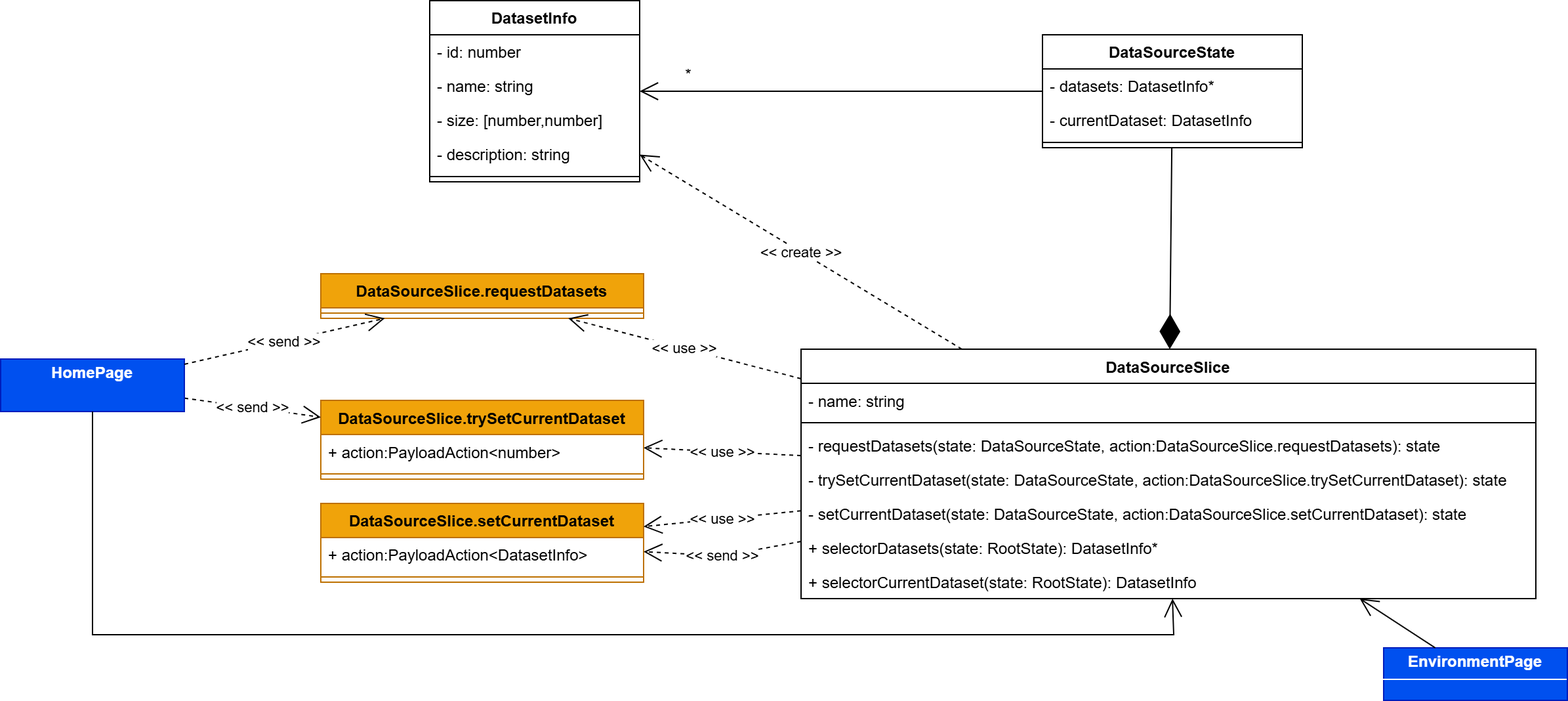
6BitBusters/6BitBusters.github.io keeps this draw.io diagram as Docs/PB/Generali Esterni/specifica_tecnica/template/images/uml_front/logic/datasourceslice.png. Above is the earlier version. Source tidied: cells renumbered, new cells last; positions are measured from the earlier drawing's top-left corner, leaving out a move shared by most shapes.
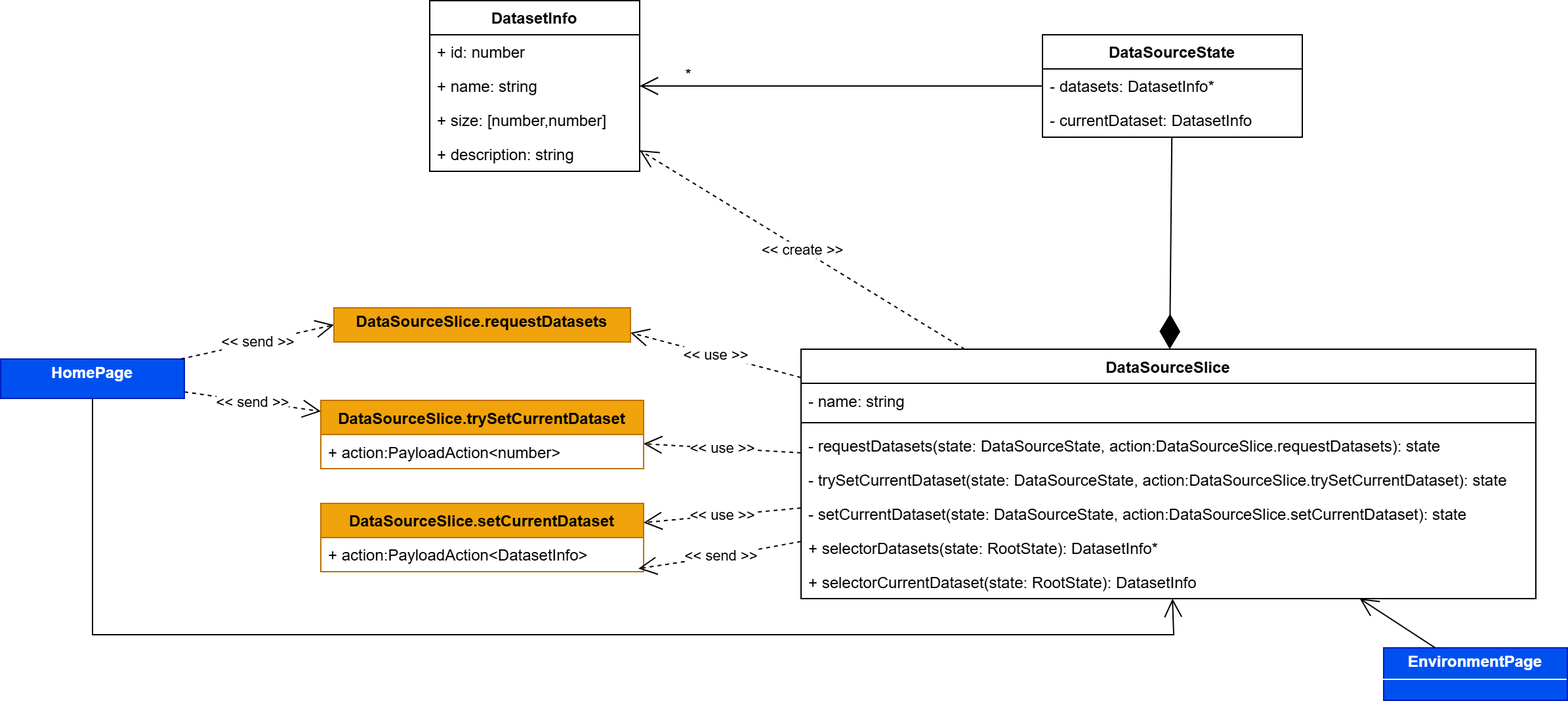
The same diagram one commit later.

Diff of the diagram source:
```diff
@@ -27,28 +27,25 @@
       <mxGeometry y="164" width="560" height="26" as="geometry" />
     </mxCell>
     <mxCell id="10" value="DatasetInfo" style="swimlane;fontStyle=1;align=center;verticalAlign=top;horizontal=1;startSize=26;whiteSpace=wrap;html=1;" parent="1" vertex="1">
-      <mxGeometry x="327" width="160" height="138" as="geometry" />
+      <mxGeometry x="327" width="160" height="130" as="geometry" />
     </mxCell>
-    <mxCell id="11" value="- id: number" style="text;strokeColor=none;fillColor=none;align=left;verticalAlign=top;spacingLeft=4;spacingRight=4;overflow=hidden;whiteSpace=wrap;html=1;" parent="10" vertex="1">
-      <mxGeometry y="26" width="160" height="26" as="geometry" />
-    </mxCell>
-    <mxCell id="12" value="- name: string" style="text;strokeColor=none;fillColor=none;align=left;verticalAlign=top;spacingLeft=4;spacingRight=4;overflow=hidden;whiteSpace=wrap;html=1;" parent="10" vertex="1">
-      <mxGeometry y="52" width="160" height="26" as="geometry" />
-    </mxCell>
-    <mxCell id="13" value="- size: [number,number]" style="text;strokeColor=none;fillColor=none;align=left;verticalAlign=top;spacingLeft=4;spacingRight=4;overflow=hidden;whiteSpace=wrap;html=1;" parent="10" vertex="1">
-      <mxGeometry y="78" width="160" height="26" as="geometry" />
-    </mxCell>
-    <mxCell id="14" value="- description: string" style="text;strokeColor=none;fillColor=none;align=left;verticalAlign=top;spacingLeft=4;spacingRight=4;overflow=hidden;whiteSpace=wrap;html=1;" parent="10" vertex="1">
-      <mxGeometry y="104" width="160" height="26" as="geometry" />
-    </mxCell>
-    <mxCell id="15" style="line;strokeWidth=1;fillColor=none;align=left;verticalAlign=middle;spacingTop=-1;spacingLeft=3;spacingRight=3;labelPosition=right;strokeColor=inherit;" parent="10" vertex="1">
-      <mxGeometry y="130" width="160" height="8" as="geometry" />
-    </mxCell>
+    <mxCell id="42" value="+ id: number" style="text;strokeColor=none;fillColor=none;align=left;verticalAlign=top;spacingLeft=4;spacingRight=4;overflow=hidden;whiteSpace=wrap;html=1;" parent="10" vertex="1">
+      <mxGeometry y="26" width="160" height="26" as="geometry" />
+    </mxCell>
+    <mxCell id="43" value="+ name: string" style="text;strokeColor=none;fillColor=none;align=left;verticalAlign=top;spacingLeft=4;spacingRight=4;overflow=hidden;whiteSpace=wrap;html=1;" parent="10" vertex="1">
+      <mxGeometry y="52" width="160" height="26" as="geometry" />
+    </mxCell>
+    <mxCell id="44" value="+ size: [number,number]" style="text;strokeColor=none;fillColor=none;align=left;verticalAlign=top;spacingLeft=4;spacingRight=4;overflow=hidden;whiteSpace=wrap;html=1;" parent="10" vertex="1">
+      <mxGeometry y="78" width="160" height="26" as="geometry" />
+    </mxCell>
+    <mxCell id="45" value="+ description: string" style="text;strokeColor=none;fillColor=none;align=left;verticalAlign=top;spacingLeft=4;spacingRight=4;overflow=hidden;whiteSpace=wrap;html=1;" parent="10" vertex="1">
+      <mxGeometry y="104" width="160" height="26" as="geometry" />
+    </mxCell>
     <mxCell id="16" value="&amp;lt;&amp;lt; create &amp;gt;&amp;gt;" style="endArrow=open;endSize=12;dashed=1;html=1;rounded=0;" parent="1" edge="1" source="2" target="10">
       <mxGeometry relative="1" as="geometry" />
     </mxCell>
     <mxCell id="17" value="DataSourceState" style="swimlane;fontStyle=1;align=center;verticalAlign=top;horizontal=1;startSize=26;whiteSpace=wrap;html=1;" parent="1" vertex="1">
-      <mxGeometry x="794" y="26" width="198" height="86" as="geometry" />
+      <mxGeometry x="794" y="26" width="198" height="78" as="geometry" />
     </mxCell>
     <mxCell id="18" value="- datasets: DatasetInfo*" style="text;strokeColor=none;fillColor=none;align=left;verticalAlign=top;spacingLeft=4;spacingRight=4;overflow=hidden;whiteSpace=wrap;html=1;" parent="17" vertex="1">
       <mxGeometry y="26" width="198" height="26" as="geometry" />
@@ -56,9 +53,6 @@
     <mxCell id="19" value="- currentDataset: DatasetInfo" style="text;strokeColor=none;fillColor=none;align=left;verticalAlign=top;spacingLeft=4;spacingRight=4;overflow=hidden;whiteSpace=wrap;html=1;" parent="17" vertex="1">
       <mxGeometry y="52" width="198" height="26" as="geometry" />
     </mxCell>
-    <mxCell id="20" style="line;strokeWidth=1;fillColor=none;align=left;verticalAlign=middle;spacingTop=-1;spacingLeft=3;spacingRight=3;labelPosition=right;strokeColor=inherit;" parent="17" vertex="1">
-      <mxGeometry y="78" width="198" height="8" as="geometry" />
-    </mxCell>
     <mxCell id="21" style="endArrow=open;endFill=1;endSize=12;html=1;rounded=0;" parent="1" edge="1" source="17" target="10">
       <mxGeometry relative="1" as="geometry" />
     </mxCell>
@@ -69,14 +63,11 @@
       <mxGeometry relative="1" as="geometry" />
     </mxCell>
     <mxCell id="24" value="DataSourceSlice.trySetCurrentDataset" style="swimlane;fontStyle=1;align=center;verticalAlign=top;horizontal=1;startSize=26;whiteSpace=wrap;html=1;fillColor=#f0a30a;fontColor=#000000;strokeColor=#BD7000;" parent="1" vertex="1">
-      <mxGeometry x="244" y="304.5" width="246" height="60" as="geometry" />
+      <mxGeometry x="244" y="304.5" width="246" height="52" as="geometry" />
     </mxCell>
     <mxCell id="25" value="+ action:PayloadAction&amp;lt;number&amp;gt;" style="text;strokeColor=none;fillColor=none;align=left;verticalAlign=top;spacingLeft=4;spacingRight=4;overflow=hidden;whiteSpace=wrap;html=1;" parent="24" vertex="1">
       <mxGeometry y="26" width="246" height="26" as="geometry" />
     </mxCell>
-    <mxCell id="26" style="line;strokeWidth=1;fillColor=none;align=left;verticalAlign=middle;spacingTop=-1;spacingLeft=3;spacingRight=3;labelPosition=right;strokeColor=inherit;" parent="24" vertex="1">
-      <mxGeometry y="52" width="246" height="8" as="geometry" />
-    </mxCell>
     <mxCell id="27" value="&amp;lt;&amp;lt; use &amp;gt;&amp;gt;" style="endArrow=open;endSize=12;dashed=1;html=1;rounded=0;" parent="1" edge="1" source="2" target="24">
       <mxGeometry relative="1" as="geometry" />
     </mxCell>
@@ -84,7 +75,7 @@
       <mxGeometry relative="1" as="geometry" />
     </mxCell>
     <mxCell id="29" value="&lt;p style=&quot;margin:0px;margin-top:4px;text-align:center;&quot;&gt;&lt;b&gt;HomePage&lt;/b&gt;&lt;/p&gt;" style="verticalAlign=top;align=left;overflow=fill;html=1;whiteSpace=wrap;fillColor=#0050ef;fontColor=#ffffff;strokeColor=#001DBC;" parent="1" vertex="1">
-      <mxGeometry y="273" width="140" height="40" as="geometry" />
+      <mxGeometry y="273" width="140" height="30" as="geometry" />
     </mxCell>
     <mxCell id="30" style="endArrow=open;endFill=1;endSize=12;html=1;rounded=0;" parent="1" edge="1" source="29" target="2">
       <mxGeometry relative="1" as="geometry">
@@ -100,36 +91,30 @@
     <mxCell id="32" style="endArrow=open;endFill=1;endSize=12;html=1;rounded=0;" parent="1" edge="1" source="31" target="2">
       <mxGeometry relative="1" as="geometry" />
     </mxCell>
-    <mxCell id="33" value="DataSourceSlice.requestDatasets" style="swimlane;fontStyle=1;align=center;verticalAlign=top;horizontal=1;startSize=26;whiteSpace=wrap;html=1;fillColor=#f0a30a;fontColor=#000000;strokeColor=#BD7000;" parent="1" vertex="1">
-      <mxGeometry x="244" y="208" width="246" height="34" as="geometry" />
-    </mxCell>
-    <mxCell id="34" style="line;strokeWidth=1;fillColor=none;align=left;verticalAlign=middle;spacingTop=-1;spacingLeft=3;spacingRight=3;labelPosition=right;strokeColor=inherit;" parent="33" vertex="1">
-      <mxGeometry y="26" width="246" height="8" as="geometry" />
-    </mxCell>
-    <mxCell id="35" value="&amp;lt;&amp;lt; use &amp;gt;&amp;gt;" style="endArrow=open;endSize=12;dashed=1;html=1;rounded=0;" parent="1" edge="1" source="2" target="33">
+    <mxCell id="35" value="&amp;lt;&amp;lt; use &amp;gt;&amp;gt;" style="endArrow=open;endSize=12;dashed=1;html=1;rounded=0;entryX=1;entryY=0.731;entryDx=0;entryDy=0;entryPerimeter=0;" parent="1" edge="1" source="2" target="33">
       <mxGeometry relative="1" as="geometry" />
     </mxCell>
-    <mxCell id="36" value="&amp;lt;&amp;lt; send &amp;gt;&amp;gt;" style="endArrow=open;endSize=12;dashed=1;html=1;rounded=0;" parent="1" edge="1" source="29" target="33">
+    <mxCell id="36" value="&amp;lt;&amp;lt; send &amp;gt;&amp;gt;" style="endArrow=open;endSize=12;dashed=1;html=1;rounded=0;entryX=0;entryY=0.5;entryDx=0;entryDy=0;" parent="1" edge="1" source="29" target="33">
       <mxGeometry relative="1" as="geometry" />
     </mxCell>
     <mxCell id="37" value="DataSourceSlice.setCurrentDataset" style="swimlane;fontStyle=1;align=center;verticalAlign=top;horizontal=1;startSize=26;whiteSpace=wrap;html=1;fillColor=#f0a30a;fontColor=#000000;strokeColor=#BD7000;" parent="1" vertex="1">
-      <mxGeometry x="244" y="383" width="246" height="60" as="geometry" />
+      <mxGeometry x="244" y="383" width="246" height="52" as="geometry" />
     </mxCell>
     <mxCell id="38" value="+ action:PayloadAction&amp;lt;DatasetInfo&amp;gt;" style="text;strokeColor=none;fillColor=none;align=left;verticalAlign=top;spacingLeft=4;spacingRight=4;overflow=hidden;points=[[0,0.5],[1,0.5]];portConstraint=eastwest;whiteSpace=wrap;html=1;" parent="37" vertex="1">
       <mxGeometry y="26" width="246" height="26" as="geometry" />
     </mxCell>
-    <mxCell id="39" style="line;strokeWidth=1;fillColor=none;align=left;verticalAlign=middle;spacingTop=-1;spacingLeft=3;spacingRight=3;labelPosition=right;strokeColor=inherit;" parent="37" vertex="1">
-      <mxGeometry y="52" width="246" height="8" as="geometry" />
-    </mxCell>
-    <mxCell id="40" value="&amp;lt;&amp;lt; use &amp;gt;&amp;gt;" style="endArrow=open;endSize=12;dashed=1;html=1;rounded=0;" parent="1" edge="1" source="2" target="37">
-      <mxGeometry relative="1" as="geometry" />
-    </mxCell>
-    <mxCell id="41" value="&amp;lt;&amp;lt; send &amp;gt;&amp;gt;" style="endArrow=open;endSize=12;dashed=1;html=1;rounded=0;" parent="1" edge="1" source="2" target="37">
-      <mxGeometry relative="1" as="geometry">
-        <Array as="points">
-          <mxPoint x="550" y="423" />
-        </Array>
-      </mxGeometry>
-    </mxCell>
+    <mxCell id="46" value="&amp;lt;&amp;lt; use &amp;gt;&amp;gt;" style="endArrow=open;endSize=12;dashed=1;html=1;rounded=0;" parent="1" edge="1" source="2" target="37">
+      <mxGeometry relative="1" as="geometry" />
+    </mxCell>
+    <mxCell id="47" value="&amp;lt;&amp;lt; send &amp;gt;&amp;gt;" style="endArrow=open;endSize=12;dashed=1;html=1;rounded=0;entryX=0.984;entryY=0.91;entryDx=0;entryDy=0;entryPerimeter=0;" parent="1" edge="1" source="2" target="38">
+      <mxGeometry relative="1" as="geometry">
+        <Array as="points">
+          <mxPoint x="550" y="423" />
+        </Array>
+      </mxGeometry>
+    </mxCell>
+    <mxCell id="33" value="&lt;p style=&quot;margin:0px;margin-top:4px;text-align:center;&quot;&gt;&lt;span style=&quot;font-weight: 700;&quot;&gt;DataSourceSlice.requestDatasets&lt;/span&gt;&lt;/p&gt;" style="verticalAlign=top;align=left;overflow=fill;html=1;whiteSpace=wrap;fillColor=light-dark(#f0a30a, #121212);fontColor=#000000;strokeColor=light-dark(#bd7000, #b2cbff);" parent="1" vertex="1">
+      <mxGeometry x="254" y="234" width="226" height="26" as="geometry" />
+    </mxCell>
   </root>
 </mxGraphModel>
```
